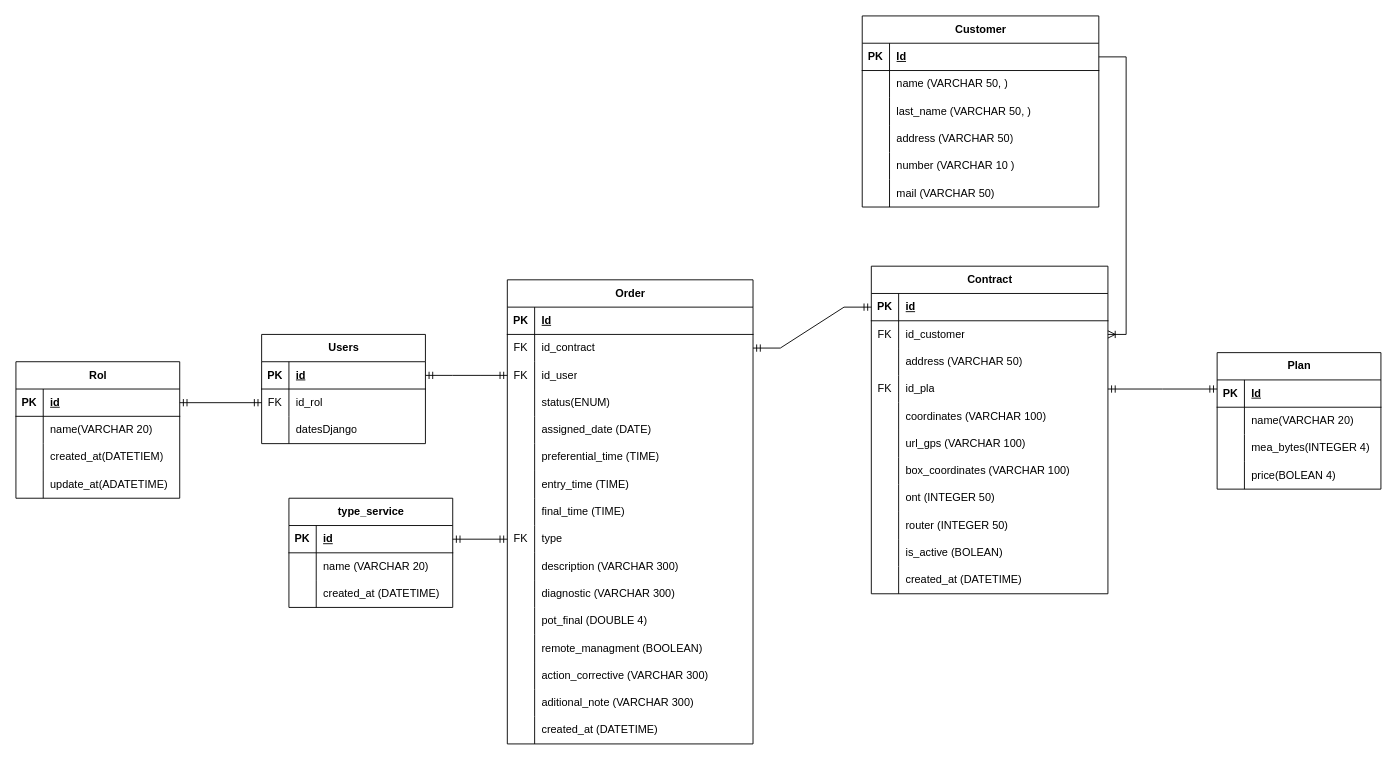
This is DiagramIspVisitManager.drawio from JoelPulla/ISP-Field-Visit-Manager, a draw.io file, before an edit. Source tidied: cells renumbered, new cells numbered last; positions are measured from the earlier drawing's top-left corner, leaving out a move shared by most shapes. Both pictures are drawn from the tidied source at 91%, with x=0, y=0 at pixel (15, 15).
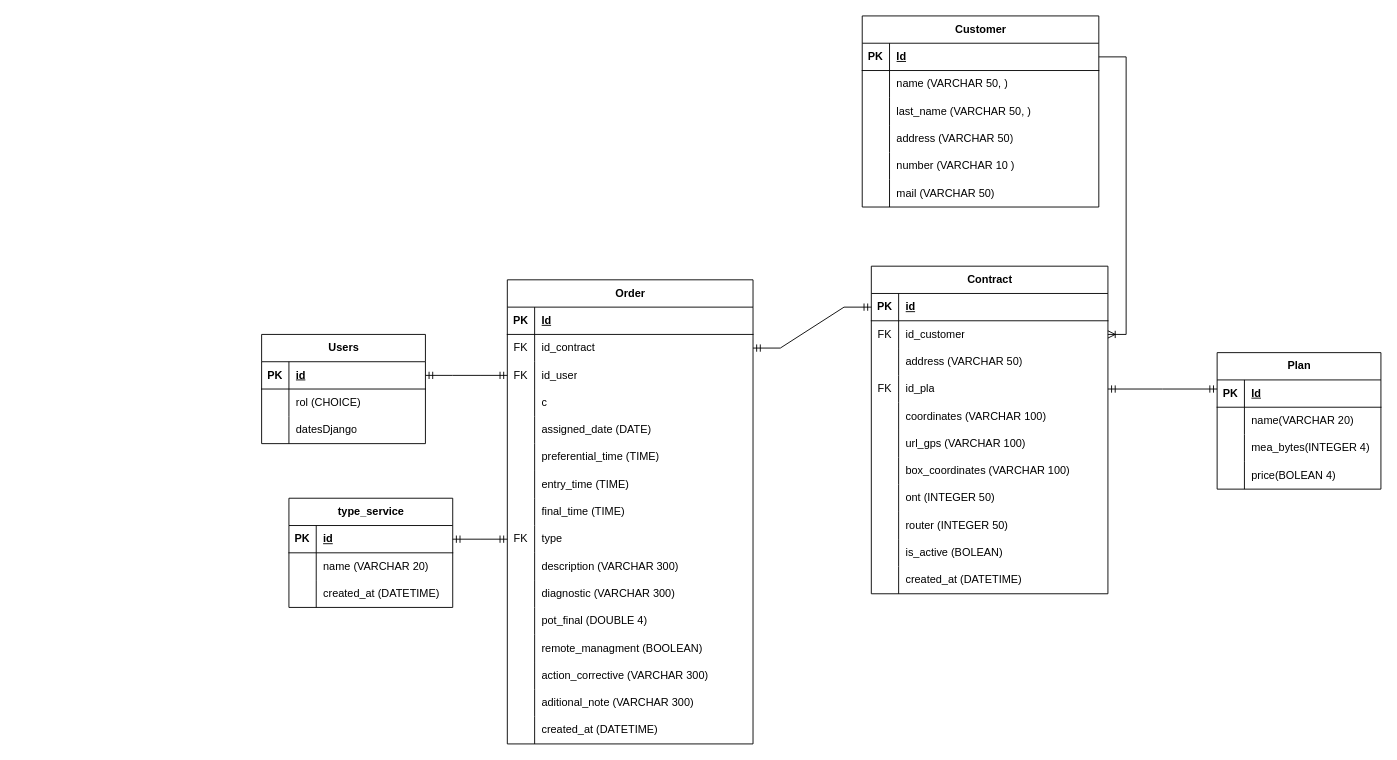
After the change.

The change refers to these unchanged cells:
```xml
<mxCell id="6" style="shape=tableRow;horizontal=0;startSize=0;swimlaneHead=0;swimlaneBody=0;fillColor=none;points=[[0,0.5],[1,0.5]];portConstraint=eastwest;top=0;left=0;right=0;bottom=0;" parent="2" vertex="1">
  <mxGeometry y="60" width="180" height="30" as="geometry" />
</mxCell>
<mxCell id="75" style="shape=tableRow;horizontal=0;startSize=0;swimlaneHead=0;swimlaneBody=0;fillColor=none;top=0;left=0;right=0;bottom=0;" parent="65" vertex="1">
  <mxGeometry y="120" width="270" height="30" as="geometry" />
</mxCell>
```

Change to the diagram source:
```diff
@@
-    <mxCell id="7" value="FK" style="shape=partialRectangle;fillColor=none;top=0;left=0;bottom=0;right=0;overflow=hidden;whiteSpace=wrap;html=1;" parent="6" vertex="1">
+    <mxCell id="7" style="shape=partialRectangle;fillColor=none;top=0;left=0;bottom=0;right=0;overflow=hidden;whiteSpace=wrap;html=1;" parent="6" vertex="1">
       <mxGeometry width="30" height="30" as="geometry" />
     </mxCell>
-    <mxCell id="8" value="id_rol" style="shape=partialRectangle;fillColor=none;top=0;left=0;bottom=0;right=0;align=left;spacingLeft=6;overflow=hidden;whiteSpace=wrap;html=1;" parent="6" vertex="1">
+    <mxCell id="8" value="rol (CHOICE)" style="shape=partialRectangle;fillColor=none;top=0;left=0;bottom=0;right=0;align=left;spacingLeft=6;overflow=hidden;whiteSpace=wrap;html=1;" parent="6" vertex="1">
       <mxGeometry x="30" width="150" height="30" as="geometry" />
     </mxCell>
@@
-    <mxCell id="77" value="status(ENUM)" style="shape=partialRectangle;fillColor=none;top=0;left=0;bottom=0;right=0;align=left;spacingLeft=6;overflow=hidden;whiteSpace=wrap;html=1;" parent="75" vertex="1">
+    <mxCell id="77" value="c" style="shape=partialRectangle;fillColor=none;top=0;left=0;bottom=0;right=0;align=left;spacingLeft=6;overflow=hidden;whiteSpace=wrap;html=1;" parent="75" vertex="1">
       <mxGeometry x="30" width="240" height="30" as="geometry" />
     </mxCell>
@@
-    <mxCell id="127" value="Rol" style="shape=table;startSize=30;childLayout=tableLayout;rowLines=0;fontStyle=1;align=center;html=1;" parent="1" vertex="1">
-      <mxGeometry y="380" width="180" height="150" as="geometry" />
-    </mxCell>
-    <mxCell id="128" style="shape=tableRow;horizontal=0;startSize=0;swimlaneHead=0;swimlaneBody=0;fillColor=none;points=[[0,0.5],[1,0.5]];portConstraint=eastwest;top=0;left=0;right=0;bottom=1;" parent="127" vertex="1">
-      <mxGeometry y="30" width="180" height="30" as="geometry" />
-    </mxCell>
-    <mxCell id="129" value="PK" style="shape=partialRectangle;fillColor=none;top=0;left=0;bottom=0;right=0;fontStyle=1;overflow=hidden;whiteSpace=wrap;html=1;" parent="128" vertex="1">
-      <mxGeometry width="30" height="30" as="geometry" />
-    </mxCell>
-    <mxCell id="130" value="id" style="shape=partialRectangle;fillColor=none;top=0;left=0;bottom=0;right=0;align=left;spacingLeft=6;fontStyle=5;overflow=hidden;whiteSpace=wrap;html=1;" parent="128" vertex="1">
-      <mxGeometry x="30" width="150" height="30" as="geometry" />
-    </mxCell>
-    <mxCell id="131" style="shape=tableRow;horizontal=0;startSize=0;swimlaneHead=0;swimlaneBody=0;fillColor=none;top=0;left=0;right=0;bottom=0;" parent="127" vertex="1">
-      <mxGeometry y="60" width="180" height="30" as="geometry" />
-    </mxCell>
-    <mxCell id="132" style="shape=partialRectangle;fillColor=none;top=0;left=0;bottom=0;right=0;overflow=hidden;whiteSpace=wrap;html=1;" parent="131" vertex="1">
-      <mxGeometry width="30" height="30" as="geometry" />
-    </mxCell>
-    <mxCell id="133" value="name(VARCHAR 20)" style="shape=partialRectangle;fillColor=none;top=0;left=0;bottom=0;right=0;align=left;spacingLeft=6;overflow=hidden;whiteSpace=wrap;html=1;" parent="131" vertex="1">
-      <mxGeometry x="30" width="150" height="30" as="geometry" />
-    </mxCell>
-    <mxCell id="134" style="shape=tableRow;horizontal=0;startSize=0;swimlaneHead=0;swimlaneBody=0;fillColor=none;top=0;left=0;right=0;bottom=0;" parent="127" vertex="1">
-      <mxGeometry y="90" width="180" height="30" as="geometry" />
-    </mxCell>
-    <mxCell id="135" style="shape=partialRectangle;fillColor=none;top=0;left=0;bottom=0;right=0;overflow=hidden;whiteSpace=wrap;html=1;" parent="134" vertex="1">
-      <mxGeometry width="30" height="30" as="geometry" />
-    </mxCell>
-    <mxCell id="136" value="created_at(DATETIEM)" style="shape=partialRectangle;fillColor=none;top=0;left=0;bottom=0;right=0;align=left;spacingLeft=6;overflow=hidden;whiteSpace=wrap;html=1;" parent="134" vertex="1">
-      <mxGeometry x="30" width="150" height="30" as="geometry" />
-    </mxCell>
-    <mxCell id="137" style="shape=tableRow;horizontal=0;startSize=0;swimlaneHead=0;swimlaneBody=0;fillColor=none;top=0;left=0;right=0;bottom=0;" parent="127" vertex="1">
-      <mxGeometry y="120" width="180" height="30" as="geometry" />
-    </mxCell>
-    <mxCell id="138" style="shape=partialRectangle;fillColor=none;top=0;left=0;bottom=0;right=0;overflow=hidden;whiteSpace=wrap;html=1;" parent="137" vertex="1">
-      <mxGeometry width="30" height="30" as="geometry" />
-    </mxCell>
-    <mxCell id="139" value="update_at(ADATETIME)" style="shape=partialRectangle;fillColor=none;top=0;left=0;bottom=0;right=0;align=left;spacingLeft=6;overflow=hidden;whiteSpace=wrap;html=1;" parent="137" vertex="1">
-      <mxGeometry x="30" width="150" height="30" as="geometry" />
-    </mxCell>
-    <mxCell id="140" style="edgeStyle=orthogonalEdgeStyle;rounded=0;jettySize=auto;html=1;entryX=0;entryY=0.5;entryDx=0;entryDy=0;startArrow=ERmandOne;startFill=0;endArrow=ERmandOne;endFill=0;" parent="1" edge="1" source="128" target="6">
-      <mxGeometry relative="1" as="geometry" />
-    </mxCell>
```
